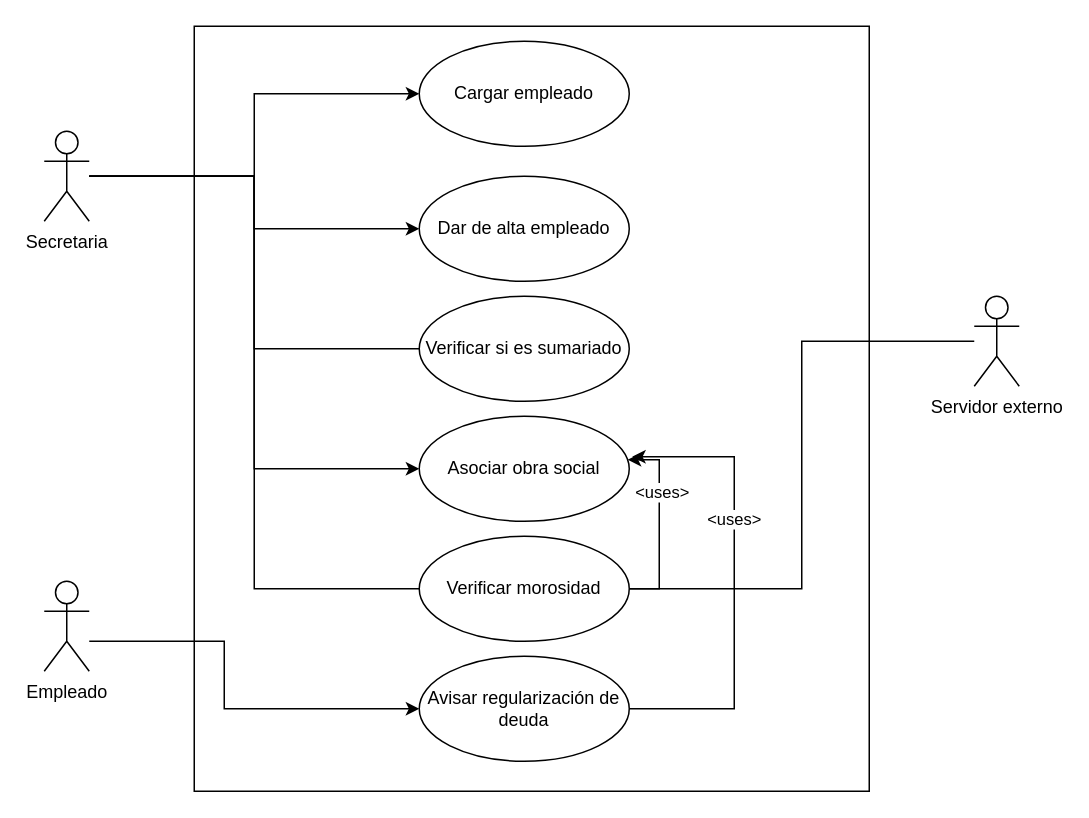
Before: Practica 3 Casos de uso/Diagramas/Ejercicio11.drawio in lucasquieresopa/ING1, a draw.io diagram. Source tidied: cells renumbered, new cells numbered last; positions are measured from the earlier drawing's top-left corner, leaving out a move shared by most shapes. Both pictures are drawn from the tidied source at 150%, with x=0, y=0 at pixel (44, 26).
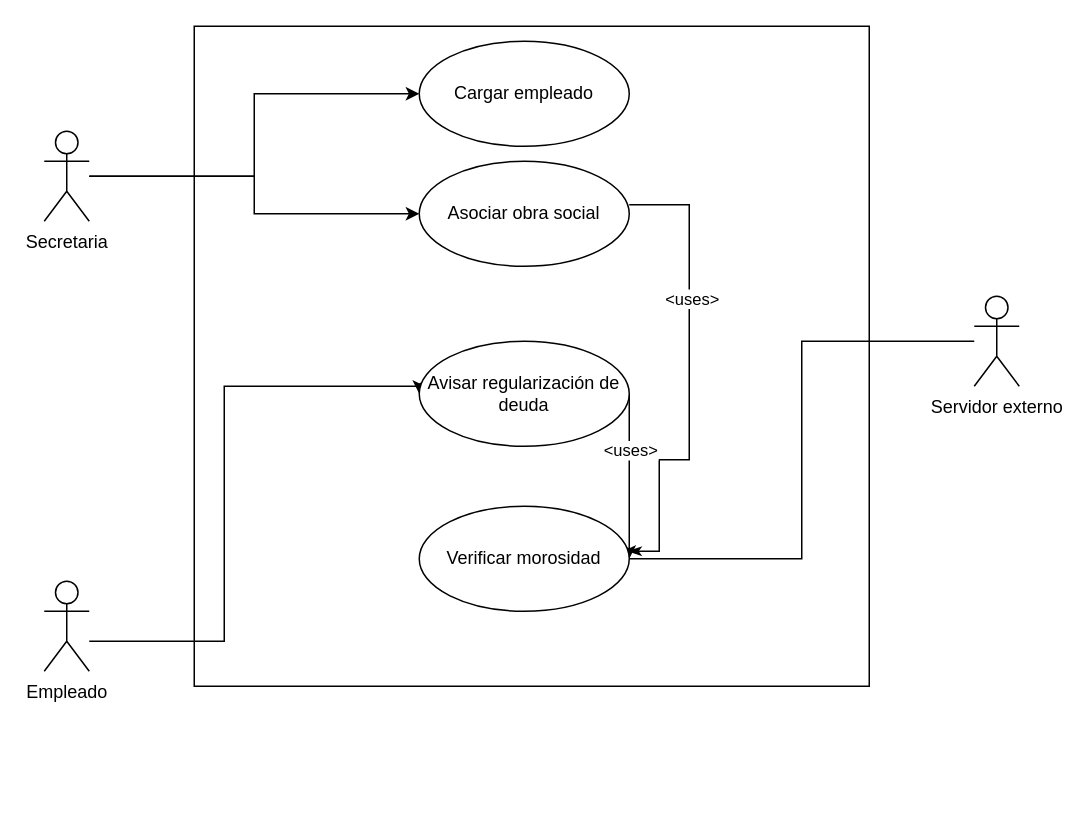
Above is the later version.

Unchanged cells that the change refers to:
```xml
<mxCell id="6" value="Empleado" style="shape=umlActor;verticalLabelPosition=bottom;verticalAlign=top;html=1;outlineConnect=0;" parent="1" vertex="1">
  <mxGeometry y="370" width="30" height="60" as="geometry" />
</mxCell>
<mxCell id="12" value="Secretaria" style="shape=umlActor;verticalLabelPosition=bottom;verticalAlign=top;html=1;outlineConnect=0;" parent="1" vertex="1">
  <mxGeometry y="70" width="30" height="60" as="geometry" />
</mxCell>
```

The edit, as a diff of the source:
```diff
@@
     <mxCell id="2" style="rounded=0;whiteSpace=wrap;html=1;" parent="1" vertex="1">
-      <mxGeometry x="100" width="450" height="510" as="geometry" />
+      <mxGeometry x="100" width="450" height="440" as="geometry" />
     </mxCell>
@@
     <mxCell id="5" style="edgeStyle=orthogonalEdgeStyle;rounded=0;jettySize=auto;html=1;entryX=0;entryY=0.5;entryDx=0;entryDy=0;endArrow=classic;endFill=1;" parent="1" edge="1" source="6" target="19">
       <mxGeometry relative="1" as="geometry">
         <Array as="points">
           <mxPoint x="120" y="410" />
-          <mxPoint x="120" y="455" />
+          <mxPoint x="120" y="240" />
+          <mxPoint x="250" y="240" />
         </Array>
       </mxGeometry>
     </mxCell>
@@
-    <mxCell id="8" style="edgeStyle=orthogonalEdgeStyle;rounded=0;jettySize=auto;html=1;entryX=0;entryY=0.5;entryDx=0;entryDy=0;" parent="1" edge="1" source="12" target="21">
-      <mxGeometry relative="1" as="geometry" />
-    </mxCell>
@@
-    <mxCell id="10" style="edgeStyle=orthogonalEdgeStyle;rounded=0;jettySize=auto;html=1;entryX=0;entryY=0.5;entryDx=0;entryDy=0;endArrow=none;endFill=0;" parent="1" edge="1" source="12" target="20">
-      <mxGeometry relative="1" as="geometry" />
-    </mxCell>
-    <mxCell id="11" style="edgeStyle=orthogonalEdgeStyle;rounded=0;jettySize=auto;html=1;entryX=0;entryY=0.5;entryDx=0;entryDy=0;endArrow=none;endFill=0;" parent="1" edge="1" source="12" target="16">
-      <mxGeometry relative="1" as="geometry" />
-    </mxCell>
@@
     <mxCell id="13" value="Asociar obra social" style="ellipse;whiteSpace=wrap;html=1;" parent="1" vertex="1">
-      <mxGeometry x="250" y="260" width="140" height="70" as="geometry" />
+      <mxGeometry x="250" y="90" width="140" height="70" as="geometry" />
     </mxCell>
-    <mxCell id="14" style="edgeStyle=orthogonalEdgeStyle;rounded=0;jettySize=auto;html=1;entryX=0.993;entryY=0.414;entryDx=0;entryDy=0;entryPerimeter=0;endArrow=classic;endFill=1;" parent="1" edge="1" source="16" target="13">
+    <mxCell id="14" style="edgeStyle=orthogonalEdgeStyle;rounded=0;jettySize=auto;html=1;endArrow=none;endFill=0;startArrow=classicThin;startFill=1;" parent="1" edge="1" source="16">
       <mxGeometry relative="1" as="geometry">
+        <mxPoint x="390" y="119" as="targetPoint" />
         <Array as="points">
-          <mxPoint x="410" y="375" />
+          <mxPoint x="410" y="350" />
           <mxPoint x="410" y="289" />
+          <mxPoint x="430" y="289" />
+          <mxPoint x="430" y="119" />
+          <mxPoint x="390" y="119" />
         </Array>
       </mxGeometry>
     </mxCell>
@@
+    <mxCell id="23" style="edgeStyle=orthogonalEdgeStyle;rounded=0;jettySize=auto;html=1;entryX=1;entryY=0.5;entryDx=0;entryDy=0;endArrow=none;endFill=0;startArrow=classic;startFill=1;" parent="1" edge="1" source="16" target="19">
+      <mxGeometry relative="1" as="geometry">
+        <Array as="points">
+          <mxPoint x="390" y="350" />
+        </Array>
+      </mxGeometry>
+    </mxCell>
+    <mxCell id="18" value="&amp;lt;uses&amp;gt;" style="edgeLabel;html=1;align=center;verticalAlign=middle;" parent="23" vertex="1">
+      <mxGeometry x="0.33" relative="1" as="geometry" />
+    </mxCell>
     <mxCell id="16" value="Verificar morosidad" style="ellipse;whiteSpace=wrap;html=1;" parent="1" vertex="1">
-      <mxGeometry x="250" y="340" width="140" height="70" as="geometry" />
+      <mxGeometry x="250" y="320" width="140" height="70" as="geometry" />
     </mxCell>
-    <mxCell id="17" style="edgeStyle=orthogonalEdgeStyle;rounded=0;jettySize=auto;html=1;entryX=1.014;entryY=0.386;entryDx=0;entryDy=0;entryPerimeter=0;endArrow=classic;endFill=1;" parent="1" edge="1" source="19" target="13">
-      <mxGeometry relative="1" as="geometry">
-        <Array as="points">
-          <mxPoint x="460" y="455" />
-          <mxPoint x="460" y="287" />
-        </Array>
-      </mxGeometry>
-    </mxCell>
-    <mxCell id="18" value="&amp;lt;uses&amp;gt;" style="edgeLabel;html=1;align=center;verticalAlign=middle;" parent="17" vertex="1">
-      <mxGeometry x="0.29" y="1" relative="1" as="geometry" />
-    </mxCell>
     <mxCell id="19" value="Avisar regularización de deuda" style="ellipse;whiteSpace=wrap;html=1;" parent="1" vertex="1">
-      <mxGeometry x="250" y="420" width="140" height="70" as="geometry" />
+      <mxGeometry x="250" y="210" width="140" height="70" as="geometry" />
     </mxCell>
-    <mxCell id="20" value="Verificar si es sumariado" style="ellipse;whiteSpace=wrap;html=1;" parent="1" vertex="1">
-      <mxGeometry x="250" y="180" width="140" height="70" as="geometry" />
-    </mxCell>
-    <mxCell id="21" value="Dar de alta empleado" style="ellipse;whiteSpace=wrap;html=1;" parent="1" vertex="1">
-      <mxGeometry x="250" y="100" width="140" height="70" as="geometry" />
-    </mxCell>
```
